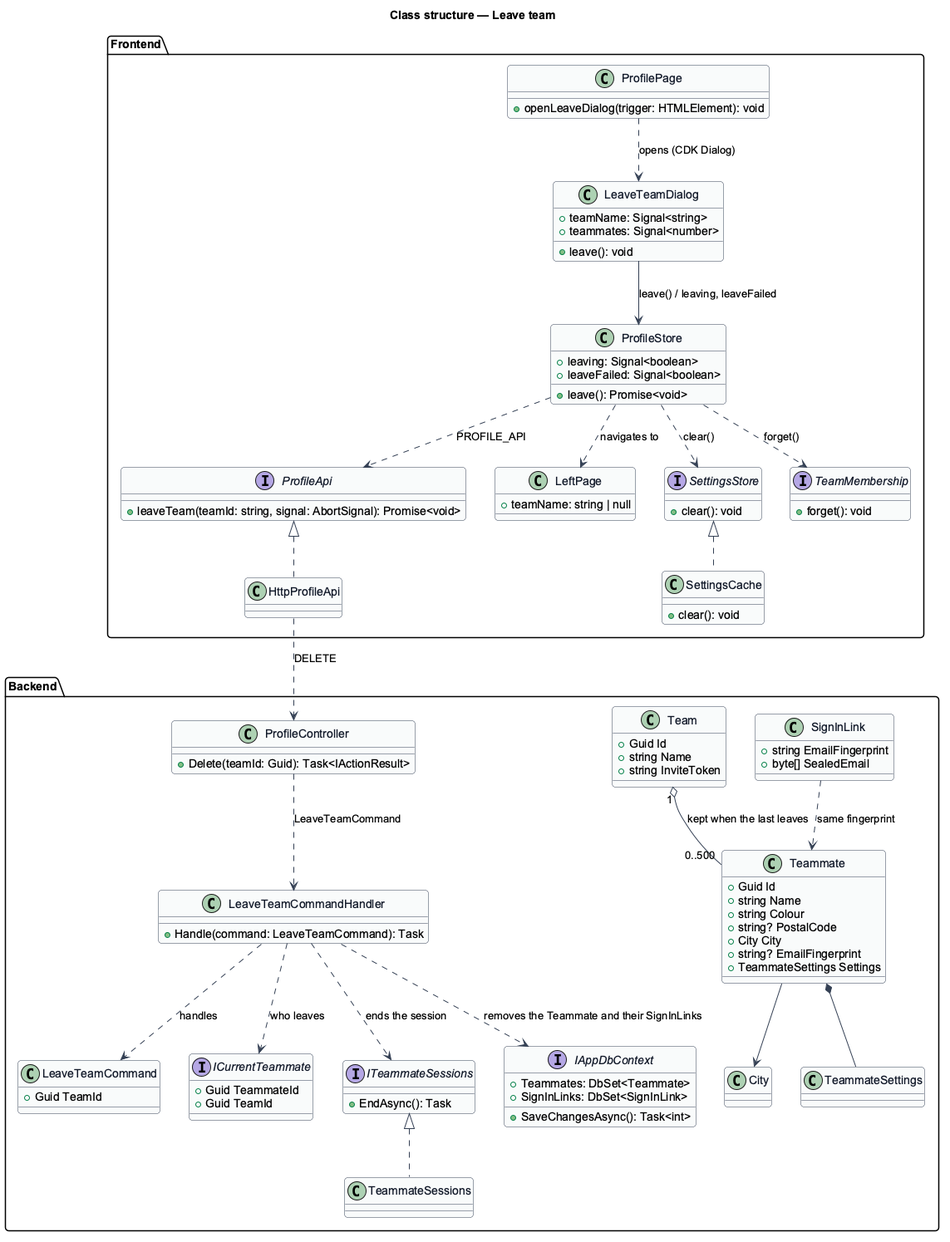
Above: docs/detailed-designs/profile/leave-team/diagrams/class-structure.png in QuinntyneBrown/Mondino (PlantUML), before the change.
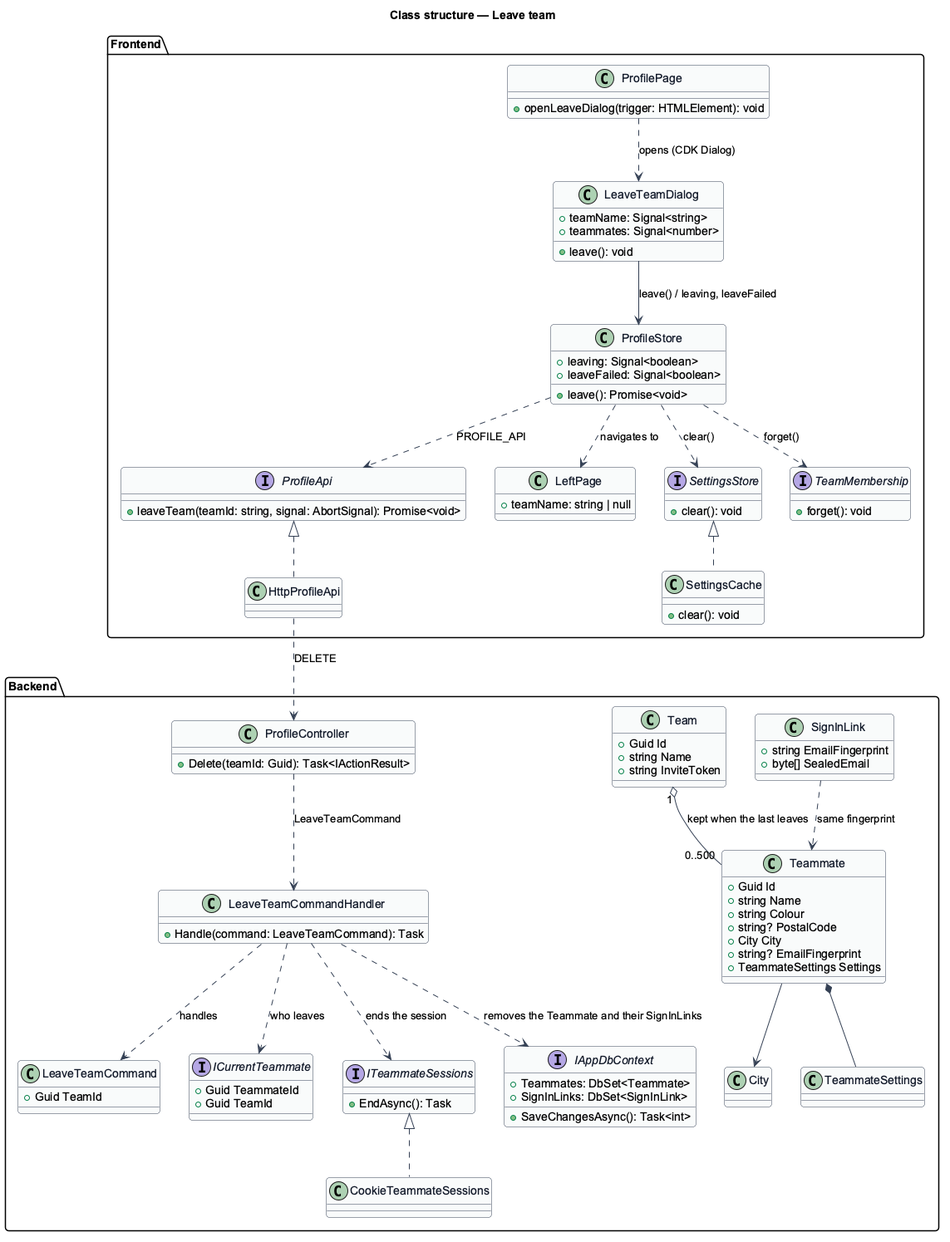
After the commit.

Diff of the diagram source:
```diff
@@ -60,7 +60,7 @@
   interface ITeammateSessions {
     +EndAsync(): Task
   }
-  class TeammateSessions
+  class CookieTeammateSessions
   interface IAppDbContext {
     +Teammates: DbSet<Teammate>
     +SignInLinks: DbSet<SignInLink>
@@ -102,7 +102,7 @@
 LeaveTeamCommandHandler ..> ICurrentTeammate : who leaves
 LeaveTeamCommandHandler ..> ITeammateSessions : ends the session
 LeaveTeamCommandHandler ..> IAppDbContext : removes the Teammate and their SignInLinks
-ITeammateSessions <|.. TeammateSessions
+ITeammateSessions <|.. CookieTeammateSessions
 Team "1" o-- "0..500" Teammate : kept when the last leaves
 Teammate --> City
 SignInLink ..> Teammate : same fingerprint
```
